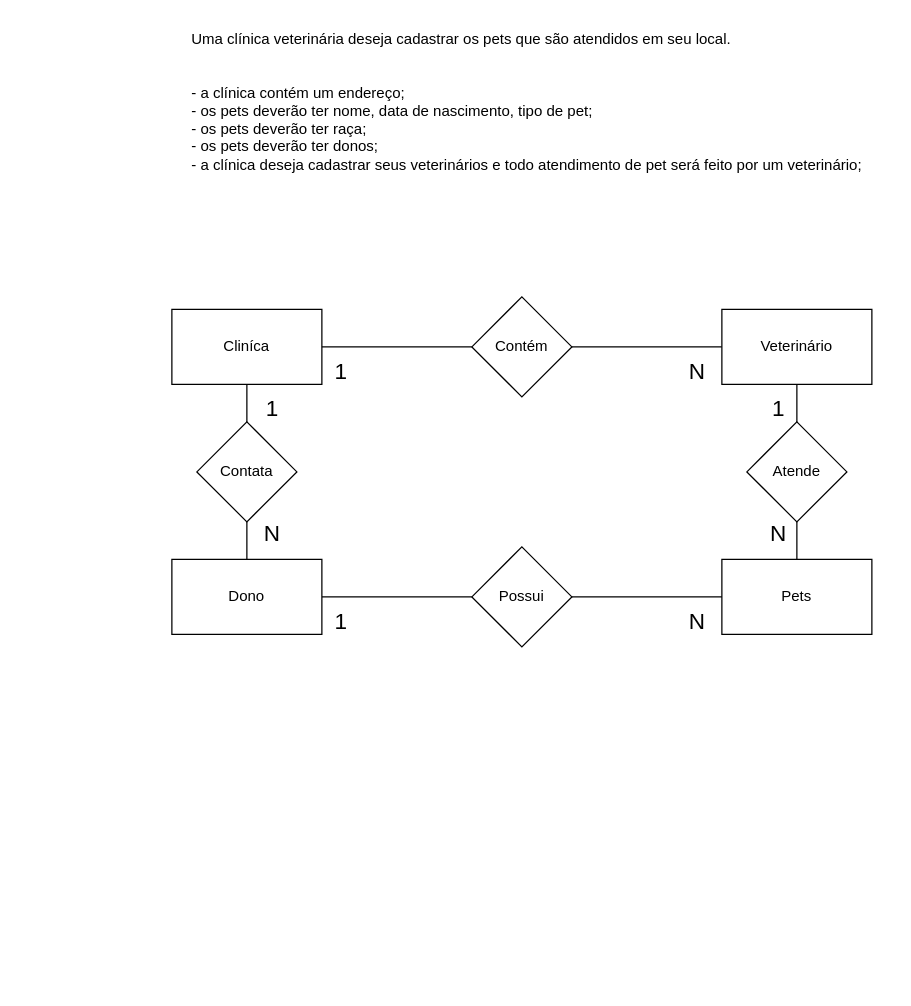
The draw.io diagram exercícios/1.3.drawio in wenderdecastro/senai_sprint1_bd, before the edit. Source tidied: cells renumbered, new cells numbered last; positions are measured from the earlier drawing's top-left corner, leaving out a move shared by most shapes. Both pictures are drawn from the tidied source at 125%, with x=0, y=0 at pixel (171, 21).
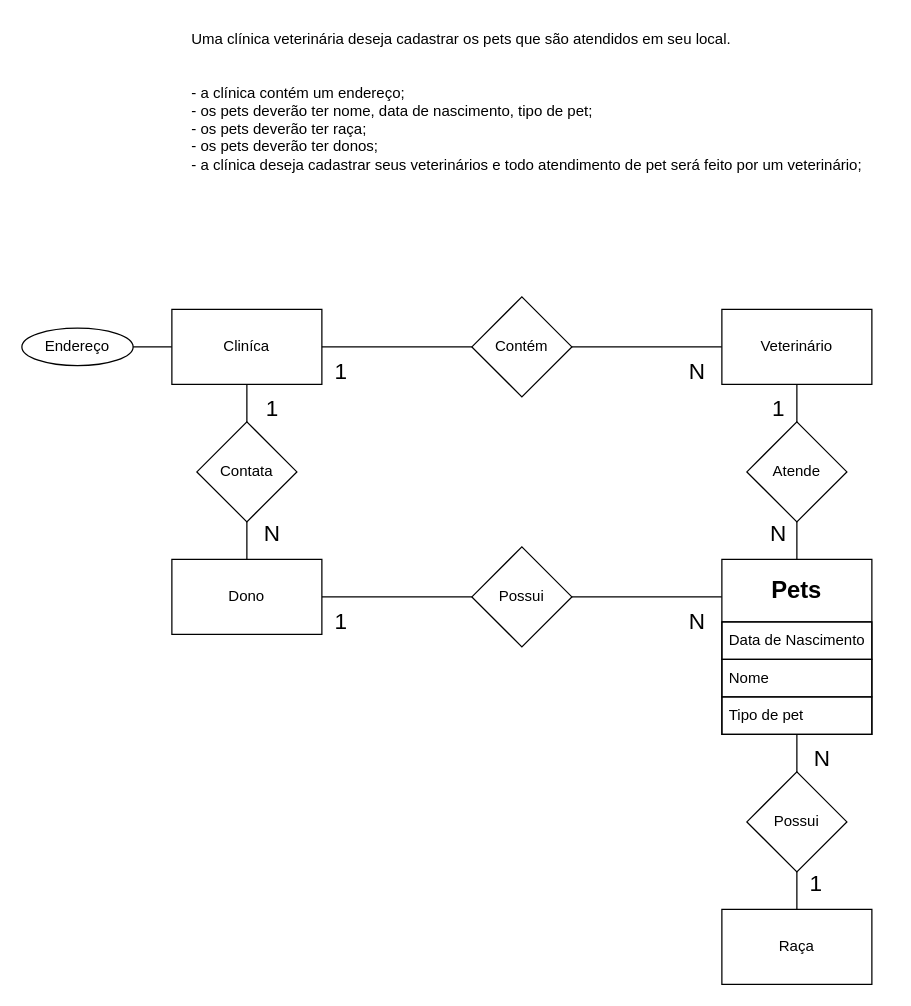
After the change.

The change refers to these unchanged cells:
```xml
<mxCell id="4" value="Cliníca" style="rounded=0;whiteSpace=wrap;html=1;" parent="1" vertex="1">
  <mxGeometry y="230" width="120" height="60" as="geometry" />
</mxCell>
<mxCell id="16" value="Atende" style="rhombus;whiteSpace=wrap;html=1;" parent="1" vertex="1">
  <mxGeometry x="460" y="320" width="80" height="80" as="geometry" />
</mxCell>
<mxCell id="18" value="Possui" style="rhombus;whiteSpace=wrap;html=1;" parent="1" vertex="1">
  <mxGeometry x="240" y="420" width="80" height="80" as="geometry" />
</mxCell>
```

Diff of the diagram source:
```diff
@@
+    <mxCell id="27" style="edgeStyle=orthogonalEdgeStyle;rounded=0;jettySize=auto;html=1;endArrow=none;endFill=0;" parent="1" edge="1" source="4">
+      <mxGeometry relative="1" as="geometry">
+        <mxPoint x="-40" y="260" as="targetPoint" />
+      </mxGeometry>
+    </mxCell>
@@
-    <mxCell id="5" style="edgeStyle=orthogonalEdgeStyle;rounded=0;jettySize=auto;html=1;entryX=0.5;entryY=1;entryDx=0;entryDy=0;endArrow=none;endFill=0;" parent="1" edge="1" source="6" target="16">
-      <mxGeometry relative="1" as="geometry" />
+    <mxCell id="5" style="edgeStyle=orthogonalEdgeStyle;rounded=0;jettySize=auto;html=1;entryX=0.5;entryY=1;entryDx=0;entryDy=0;endArrow=none;endFill=0;" parent="1" edge="1" target="16">
+      <mxGeometry relative="1" as="geometry">
+        <mxPoint x="500" y="430" as="sourcePoint" />
+      </mxGeometry>
     </mxCell>
-    <mxCell id="6" value="Pets" style="rounded=0;whiteSpace=wrap;html=1;" parent="1" vertex="1">
-      <mxGeometry x="440" y="430" width="120" height="60" as="geometry" />
-    </mxCell>
@@
-    <mxCell id="17" style="edgeStyle=orthogonalEdgeStyle;rounded=0;jettySize=auto;html=1;exitX=1;exitY=0.5;exitDx=0;exitDy=0;endArrow=none;endFill=0;" parent="1" edge="1" source="18" target="6">
-      <mxGeometry relative="1" as="geometry" />
+    <mxCell id="17" style="edgeStyle=orthogonalEdgeStyle;rounded=0;jettySize=auto;html=1;exitX=1;exitY=0.5;exitDx=0;exitDy=0;endArrow=none;endFill=0;" parent="1" edge="1" source="18">
+      <mxGeometry relative="1" as="geometry">
+        <mxPoint x="440" y="460" as="targetPoint" />
+      </mxGeometry>
     </mxCell>
@@
+    <mxCell id="6" value="&lt;font style=&quot;font-size: 19px;&quot;&gt;&lt;b&gt;Pets&lt;/b&gt;&lt;/font&gt;" style="swimlane;fontStyle=0;horizontal=1;startSize=50;whiteSpace=wrap;html=1;" parent="1" vertex="1">
+      <mxGeometry x="440" y="430" width="120" height="140" as="geometry" />
+    </mxCell>
+    <mxCell id="28" value="Data de Nascimento" style="text;strokeColor=default;fillColor=none;align=left;verticalAlign=middle;spacingLeft=4;spacingRight=4;overflow=hidden;whiteSpace=wrap;html=1;" parent="6" vertex="1">
+      <mxGeometry y="50" width="120" height="30" as="geometry" />
+    </mxCell>
+    <mxCell id="29" value="Nome" style="text;strokeColor=default;fillColor=none;align=left;verticalAlign=middle;spacingLeft=4;spacingRight=4;overflow=hidden;whiteSpace=wrap;html=1;" parent="6" vertex="1">
+      <mxGeometry y="80" width="120" height="30" as="geometry" />
+    </mxCell>
+    <mxCell id="30" value="Tipo de pet" style="text;strokeColor=default;fillColor=none;align=left;verticalAlign=middle;spacingLeft=4;spacingRight=4;overflow=hidden;points=[[0,0.5],[1,0.5]];portConstraint=eastwest;whiteSpace=wrap;html=1;" parent="6" vertex="1">
+      <mxGeometry y="110" width="120" height="30" as="geometry" />
+    </mxCell>
+    <mxCell id="31" style="edgeStyle=orthogonalEdgeStyle;rounded=0;jettySize=auto;html=1;endArrow=none;endFill=0;" parent="1" edge="1" source="32" target="33">
+      <mxGeometry relative="1" as="geometry" />
+    </mxCell>
+    <mxCell id="32" value="Raça" style="rounded=0;whiteSpace=wrap;html=1;" parent="1" vertex="1">
+      <mxGeometry x="440" y="710" width="120" height="60" as="geometry" />
+    </mxCell>
+    <mxCell id="33" value="Possui" style="rhombus;whiteSpace=wrap;html=1;" parent="1" vertex="1">
+      <mxGeometry x="460" y="600" width="80" height="80" as="geometry" />
+    </mxCell>
+    <mxCell id="34" style="edgeStyle=orthogonalEdgeStyle;rounded=0;jettySize=auto;html=1;endArrow=none;endFill=0;" parent="1" edge="1" source="30" target="33">
+      <mxGeometry relative="1" as="geometry">
+        <Array as="points">
+          <mxPoint x="500" y="590" />
+          <mxPoint x="500" y="590" />
+        </Array>
+      </mxGeometry>
+    </mxCell>
+    <mxCell id="35" value="N" style="text;html=1;align=center;verticalAlign=middle;strokeColor=none;fillColor=none;fontSize=18;" parent="1" vertex="1">
+      <mxGeometry x="500" y="570" width="40" height="40" as="geometry" />
+    </mxCell>
+    <mxCell id="36" value="1" style="text;html=1;align=center;verticalAlign=middle;strokeColor=none;fillColor=none;fontSize=18;" parent="1" vertex="1">
+      <mxGeometry x="500" y="670" width="30" height="40" as="geometry" />
+    </mxCell>
+    <mxCell id="37" value="Endereço" style="ellipse;whiteSpace=wrap;html=1;" parent="1" vertex="1">
+      <mxGeometry x="-120" y="245" width="89" height="30" as="geometry" />
+    </mxCell>
```
